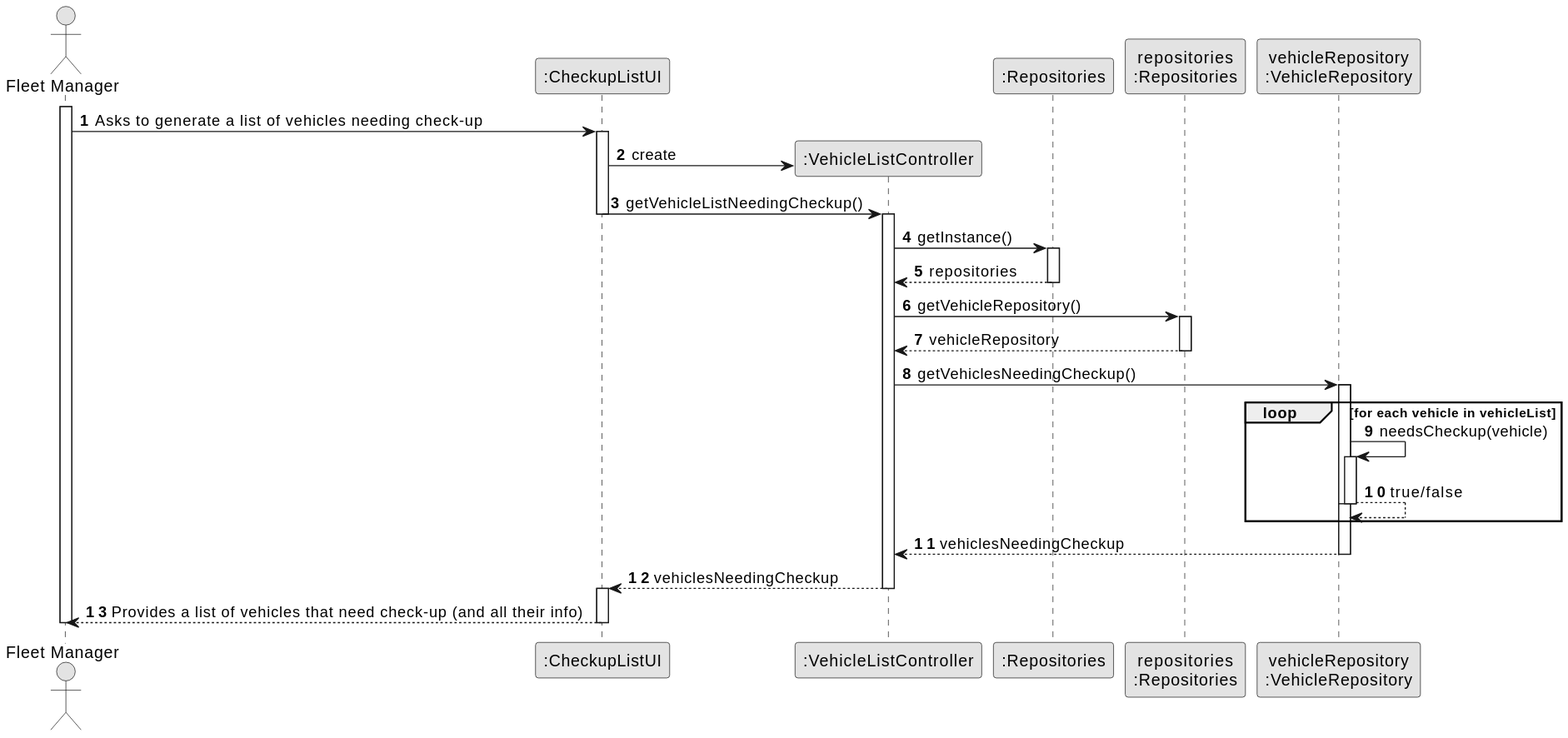
This is docs/sprintB/us008/03.design/svg/us008-sequence-diagram-full.svg from SAEmanuel/Green_Spaces_Management_ISEP, a PlantUML export, as it was before one commit.
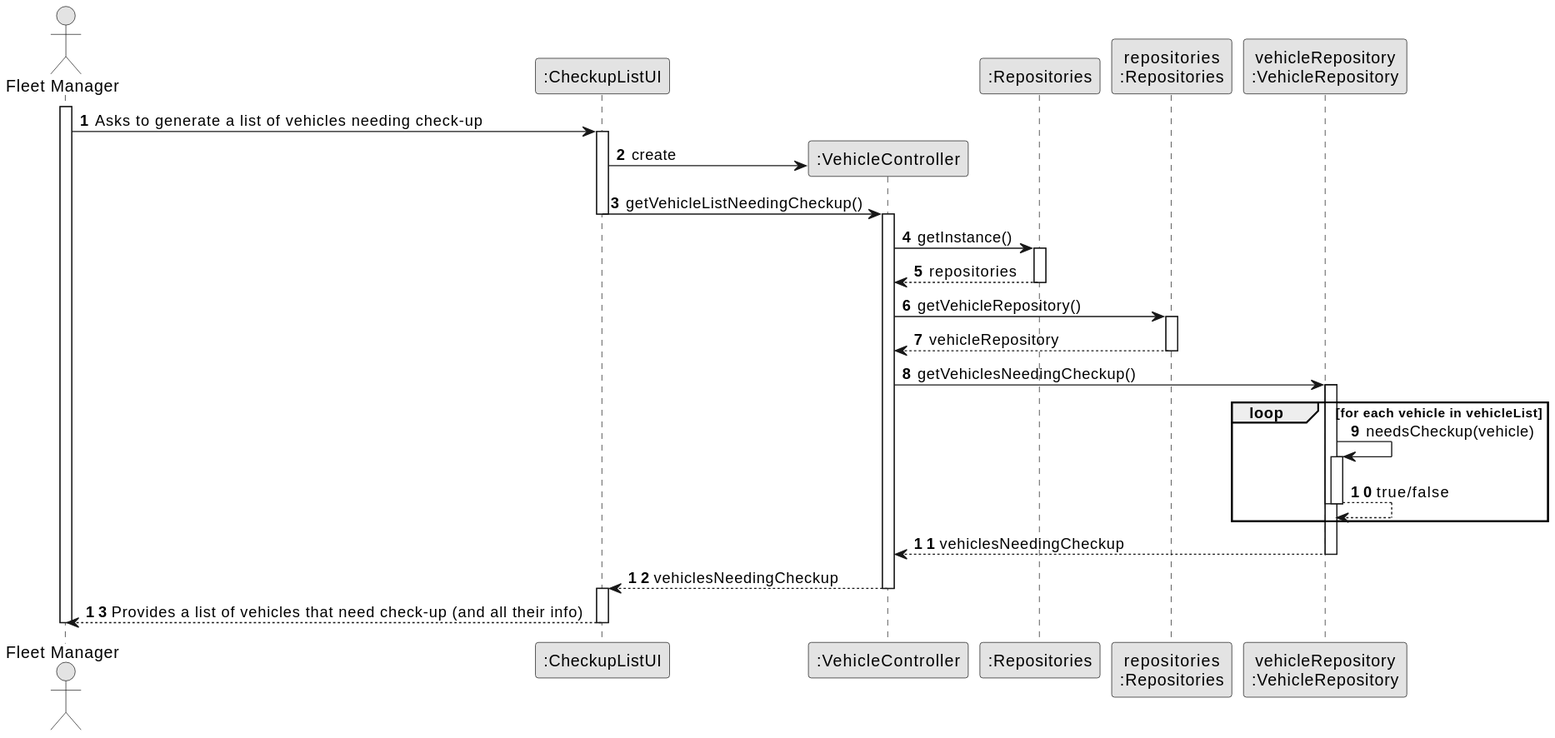
After the change.

Change to the diagram source:
```diff
@@ -8,7 +8,7 @@
 actor "Fleet Manager" as FM
 
 participant ":CheckupListUI" as UI
-participant ":VehicleListController" as CTRL
+participant ":VehicleController" as CTRL
 participant ":Repositories" as RepositorySingleton
 participant "repositories\n:Repositories" as PLAT
 participant "vehicleRepository\n:VehicleRepository" as vehicleRepository
@@ -43,9 +43,6 @@
 
 
 
-
-
-
 activate vehicleRepository
 
 loop for each vehicle in vehicleList
```
